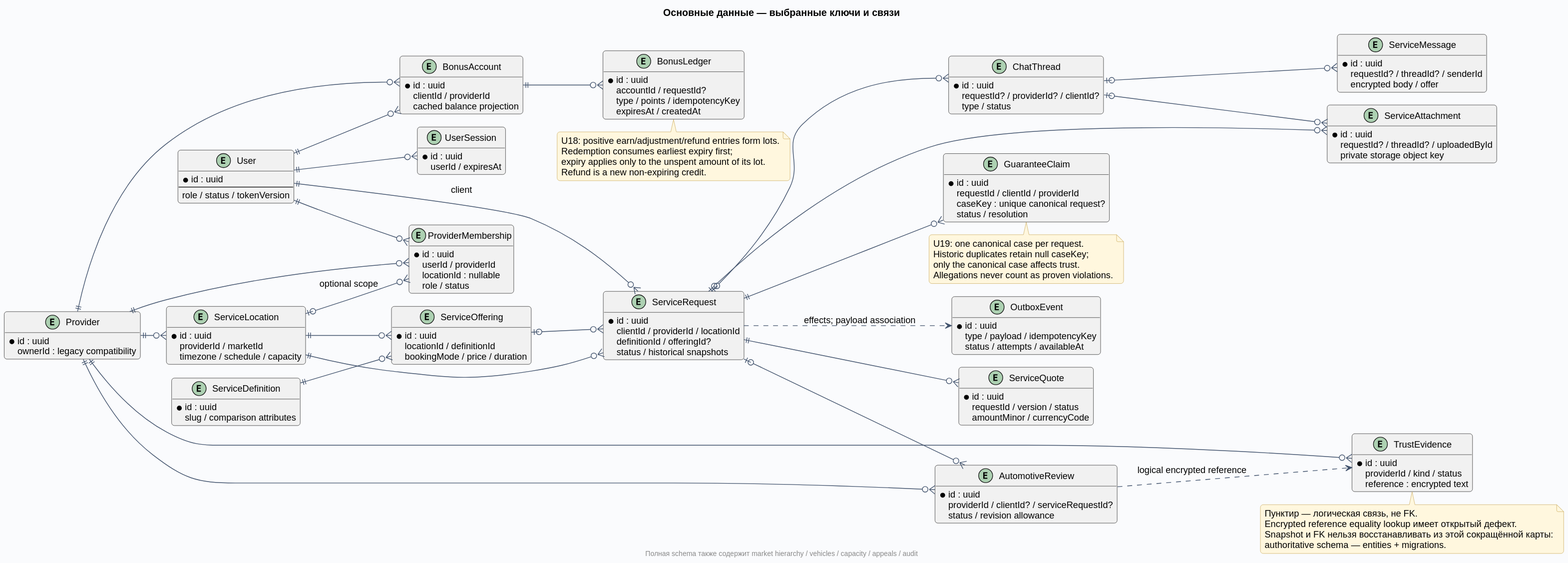
Dima163163/auto-care-hub keeps this PlantUML diagram as docs/diagrams/rendered/05-domain-data.svg. Above is the earlier version.
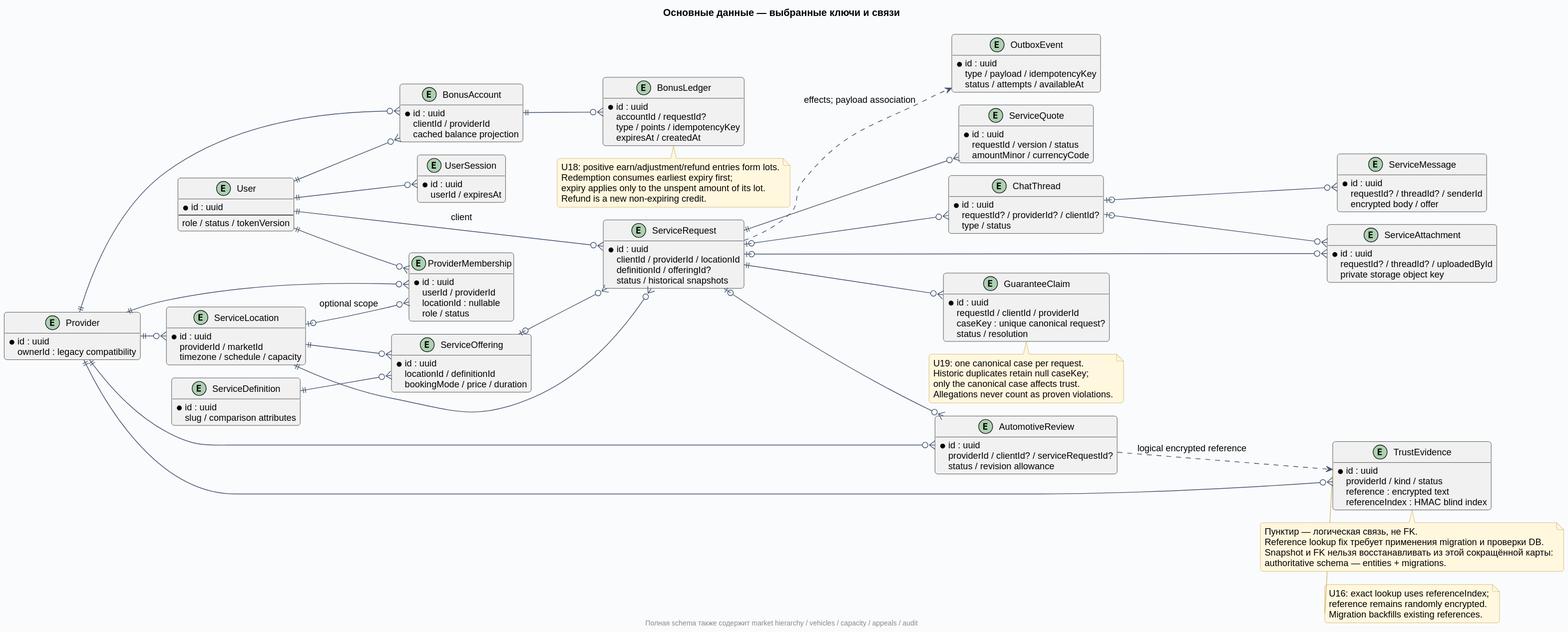
Later version of the same file.

What changed in the source:
```diff
@@ -70,6 +70,7 @@
   * id : uuid
   providerId / kind / status
   reference : encrypted text
+  referenceIndex : HMAC blind index
 }
 entity "GuaranteeClaim" as Claim {
   * id : uuid
@@ -128,10 +129,15 @@
   only the canonical case affects trust.
   Allegations never count as proven violations.
 end note
+note bottom of Evidence
+  U16: exact lookup uses referenceIndex;
+  reference remains randomly encrypted.
+  Migration backfills existing references.
+end note
 Request ..> Outbox : effects; payload association
 note bottom of Evidence
   Пунктир — логическая связь, не FK.
-  Encrypted reference equality lookup имеет открытый дефект.
+  Reference lookup fix требует применения migration и проверки DB.
   Snapshot и FK нельзя восстанавливать из этой сокращённой карты:
   authoritative schema — entities + migrations.
 end note
```
